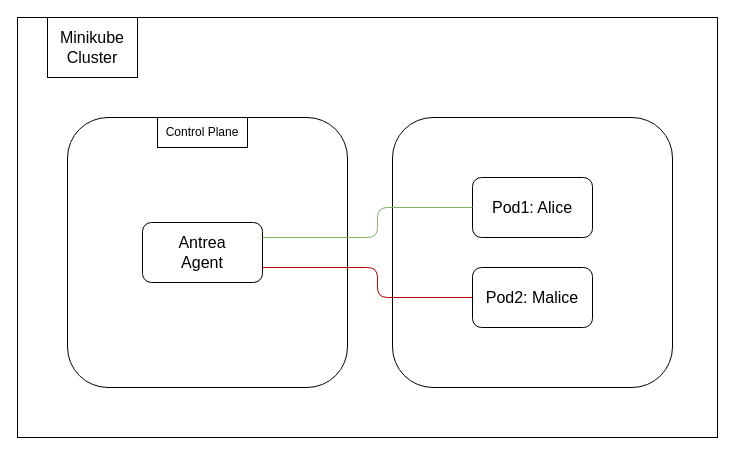
The draw.io diagram page "Blocked Traffic State" (3 of 3) of demos/demo1/demo1.drawio in parasecurity/principals, before the edit. Source tidied: cells renumbered, new cells numbered last; positions are measured from the earlier drawing's top-left corner, leaving out a move shared by most shapes. Both pictures are drawn from the tidied source at 100%, with x=0, y=0 at pixel (17, 17).
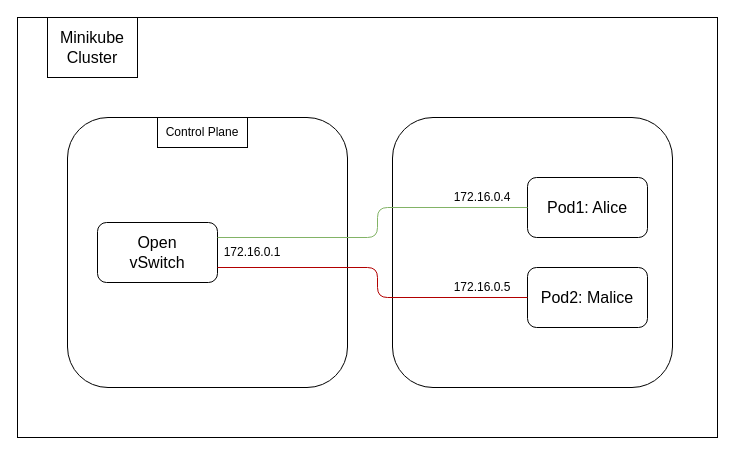
The same page after the edit.

What changed in the source:
```diff
@@
 <mxGraphModel>
   <root>
     <mxCell id="0" />
     <mxCell id="1" parent="0" />
     <mxCell id="2" style="rounded=0;whiteSpace=wrap;html=1;" parent="1" vertex="1">
       <mxGeometry width="700" height="420" as="geometry" />
     </mxCell>
     <mxCell id="3" value="&lt;font style=&quot;font-size: 16px&quot;&gt;Minikube Cluster&lt;/font&gt;" style="rounded=0;whiteSpace=wrap;html=1;" parent="1" vertex="1">
       <mxGeometry x="30" width="90" height="60" as="geometry" />
     </mxCell>
     <mxCell id="4" style="rounded=1;whiteSpace=wrap;html=1;" parent="1" vertex="1">
       <mxGeometry x="50" y="100" width="280" height="270" as="geometry" />
     </mxCell>
     <mxCell id="5" value="Control Plane" style="rounded=0;whiteSpace=wrap;html=1;" parent="1" vertex="1">
       <mxGeometry x="140" y="100" width="90" height="30" as="geometry" />
     </mxCell>
-    <mxCell id="6" value="&lt;font style=&quot;font-size: 16px&quot;&gt;Antrea&lt;br&gt;Agent&lt;/font&gt;" style="rounded=1;whiteSpace=wrap;html=1;" parent="1" vertex="1">
-      <mxGeometry x="125" y="205" width="120" height="60" as="geometry" />
-    </mxCell>
+    <mxCell id="12" value="&lt;font style=&quot;font-size: 16px&quot;&gt;Open&lt;br&gt;vSwitch&lt;br&gt;&lt;/font&gt;" style="rounded=1;whiteSpace=wrap;html=1;" parent="1" vertex="1">
+      <mxGeometry x="80" y="205" width="120" height="60" as="geometry" />
+    </mxCell>
     <mxCell id="7" style="rounded=1;whiteSpace=wrap;html=1;" parent="1" vertex="1">
       <mxGeometry x="375" y="100" width="280" height="270" as="geometry" />
     </mxCell>
     <mxCell id="8" value="&lt;font style=&quot;font-size: 16px&quot;&gt;Pod1: Alice&lt;/font&gt;" style="rounded=1;whiteSpace=wrap;html=1;" parent="1" vertex="1">
-      <mxGeometry x="455" y="160" width="120" height="60" as="geometry" />
+      <mxGeometry x="510" y="160" width="120" height="60" as="geometry" />
     </mxCell>
     <mxCell id="9" value="&lt;font style=&quot;font-size: 16px&quot;&gt;Pod2: Malice&lt;/font&gt;" style="rounded=1;whiteSpace=wrap;html=1;" parent="1" vertex="1">
-      <mxGeometry x="455" y="250" width="120" height="60" as="geometry" />
+      <mxGeometry x="510" y="250" width="120" height="60" as="geometry" />
     </mxCell>
-    <mxCell id="10" style="endArrow=none;html=1;exitX=1;exitY=0.25;exitDx=0;exitDy=0;entryX=0;entryY=0.5;entryDx=0;entryDy=0;fillColor=#d5e8d4;strokeColor=#82b366;" parent="1" edge="1" source="6" target="8">
-      <mxGeometry relative="1" as="geometry">
-        <Array as="points">
-          <mxPoint x="360" y="220" />
-          <mxPoint x="360" y="190" />
-        </Array>
-      </mxGeometry>
-    </mxCell>
-    <mxCell id="11" style="endArrow=none;html=1;exitX=1;exitY=0.75;exitDx=0;exitDy=0;entryX=0;entryY=0.5;entryDx=0;entryDy=0;fillColor=#e51400;strokeColor=#B20000;" parent="1" edge="1" source="6" target="9">
-      <mxGeometry relative="1" as="geometry">
-        <Array as="points">
-          <mxPoint x="360" y="250" />
-          <mxPoint x="360" y="280" />
-        </Array>
-      </mxGeometry>
-    </mxCell>
+    <mxCell id="13" style="endArrow=none;html=1;exitX=1;exitY=0.25;exitDx=0;exitDy=0;entryX=0;entryY=0.5;entryDx=0;entryDy=0;fillColor=#d5e8d4;strokeColor=#82b366;" parent="1" edge="1" source="12" target="8">
+      <mxGeometry relative="1" as="geometry">
+        <Array as="points">
+          <mxPoint x="360" y="220" />
+          <mxPoint x="360" y="190" />
+        </Array>
+      </mxGeometry>
+    </mxCell>
+    <mxCell id="14" style="endArrow=none;html=1;exitX=1;exitY=0.75;exitDx=0;exitDy=0;entryX=0;entryY=0.5;entryDx=0;entryDy=0;fillColor=#e51400;strokeColor=#B20000;" parent="1" edge="1" source="12" target="9">
+      <mxGeometry relative="1" as="geometry">
+        <Array as="points">
+          <mxPoint x="360" y="250" />
+          <mxPoint x="360" y="280" />
+        </Array>
+      </mxGeometry>
+    </mxCell>
+    <mxCell id="15" value="172.16.0.4" style="text;html=1;strokeColor=none;fillColor=none;align=center;verticalAlign=middle;whiteSpace=wrap;rounded=0;" parent="1" vertex="1">
+      <mxGeometry x="430" y="170" width="70" height="20" as="geometry" />
+    </mxCell>
+    <mxCell id="16" value="172.16.0.5" style="text;html=1;strokeColor=none;fillColor=none;align=center;verticalAlign=middle;whiteSpace=wrap;rounded=0;" parent="1" vertex="1">
+      <mxGeometry x="430" y="260" width="70" height="20" as="geometry" />
+    </mxCell>
+    <mxCell id="17" value="172.16.0.1" style="text;html=1;strokeColor=none;fillColor=none;align=center;verticalAlign=middle;whiteSpace=wrap;rounded=0;" parent="1" vertex="1">
+      <mxGeometry x="200" y="225" width="70" height="20" as="geometry" />
+    </mxCell>
   </root>
 </mxGraphModel>
```
